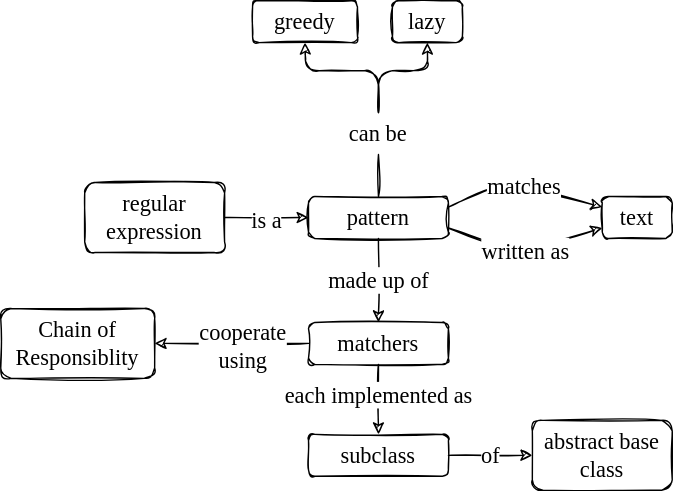
Earlier version of the draw.io export sdxpy/matching/matching_concept_map.svg (gvwilson/thirdbit). Source tidied: cells renumbered, new cells last; positions are measured from the earlier drawing's top-left corner, leaving out a move shared by most shapes.
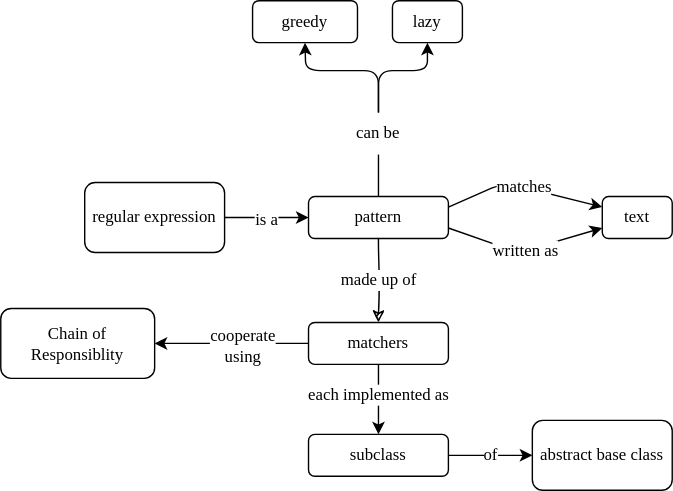
After the commit.

Diff of the diagram source:
```diff
@@ -2,34 +2,34 @@
   <root>
     <mxCell id="0" />
     <mxCell id="1" parent="0" />
-    <mxCell id="2" value="&lt;font style=&quot;font-size: 16px;&quot; face=&quot;Comic Sans MS&quot;&gt;regular expression&lt;/font&gt;" style="rounded=1;whiteSpace=wrap;html=1;fillColor=none;sketch=1;" parent="1" vertex="1">
+    <mxCell id="2" value="&lt;font style=&quot;font-size: 12px&quot;&gt;regular expression&lt;/font&gt;" style="rounded=1;whiteSpace=wrap;html=1;fillColor=none;sketch=0;fontFamily=Verdana;" parent="1" vertex="1">
       <mxGeometry x="60" y="130" width="100" height="50" as="geometry" />
     </mxCell>
-    <mxCell id="3" value="&lt;font style=&quot;font-size: 16px;&quot; face=&quot;Comic Sans MS&quot;&gt;pattern&lt;/font&gt;" style="rounded=1;whiteSpace=wrap;html=1;fillColor=none;sketch=1;" parent="1" vertex="1">
+    <mxCell id="3" value="&lt;font style=&quot;font-size: 12px&quot;&gt;pattern&lt;/font&gt;" style="rounded=1;whiteSpace=wrap;html=1;fillColor=none;sketch=0;fontFamily=Verdana;" parent="1" vertex="1">
       <mxGeometry x="220" y="140" width="100" height="30" as="geometry" />
     </mxCell>
-    <mxCell id="4" value="&lt;font style=&quot;font-size: 16px;&quot; face=&quot;Comic Sans MS&quot;&gt;text&lt;/font&gt;" style="rounded=1;whiteSpace=wrap;html=1;fillColor=none;sketch=1;" parent="1" vertex="1">
+    <mxCell id="4" value="&lt;font style=&quot;font-size: 12px&quot;&gt;text&lt;/font&gt;" style="rounded=1;whiteSpace=wrap;html=1;fillColor=none;sketch=0;fontFamily=Verdana;" parent="1" vertex="1">
       <mxGeometry x="430" y="140" width="50" height="30" as="geometry" />
     </mxCell>
-    <mxCell id="5" value="&lt;font style=&quot;font-size: 16px;&quot; face=&quot;Comic Sans MS&quot;&gt;matchers&lt;/font&gt;" style="rounded=1;whiteSpace=wrap;html=1;fillColor=none;sketch=1;" parent="1" vertex="1">
+    <mxCell id="5" value="&lt;font style=&quot;font-size: 12px&quot;&gt;matchers&lt;/font&gt;" style="rounded=1;whiteSpace=wrap;html=1;fillColor=none;sketch=0;fontFamily=Verdana;" parent="1" vertex="1">
       <mxGeometry x="220" y="230" width="100" height="30" as="geometry" />
     </mxCell>
-    <mxCell id="6" value="&lt;font style=&quot;font-size: 16px;&quot; face=&quot;Comic Sans MS&quot;&gt;subclass&lt;/font&gt;" style="rounded=1;whiteSpace=wrap;html=1;fillColor=none;sketch=1;" parent="1" vertex="1">
+    <mxCell id="6" value="&lt;font style=&quot;font-size: 12px&quot;&gt;subclass&lt;/font&gt;" style="rounded=1;whiteSpace=wrap;html=1;fillColor=none;sketch=0;fontFamily=Verdana;" parent="1" vertex="1">
       <mxGeometry x="220" y="310" width="100" height="30" as="geometry" />
     </mxCell>
-    <mxCell id="7" value="&lt;font style=&quot;font-size: 16px;&quot; face=&quot;Comic Sans MS&quot;&gt;abstract base class&lt;/font&gt;" style="rounded=1;whiteSpace=wrap;html=1;fillColor=none;sketch=1;" parent="1" vertex="1">
+    <mxCell id="7" value="&lt;font style=&quot;font-size: 12px&quot;&gt;abstract base class&lt;/font&gt;" style="rounded=1;whiteSpace=wrap;html=1;fillColor=none;sketch=0;fontFamily=Verdana;" parent="1" vertex="1">
       <mxGeometry x="380" y="300" width="100" height="50" as="geometry" />
     </mxCell>
-    <mxCell id="8" value="&lt;font style=&quot;font-size: 16px;&quot; face=&quot;Comic Sans MS&quot;&gt;greedy&lt;/font&gt;" style="rounded=1;whiteSpace=wrap;html=1;fillColor=none;sketch=1;" parent="1" vertex="1">
+    <mxCell id="8" value="&lt;font style=&quot;font-size: 12px&quot;&gt;greedy&lt;/font&gt;" style="rounded=1;whiteSpace=wrap;html=1;fillColor=none;sketch=0;fontFamily=Verdana;" parent="1" vertex="1">
       <mxGeometry x="180" width="75" height="30" as="geometry" />
     </mxCell>
-    <mxCell id="9" value="&lt;font style=&quot;font-size: 16px;&quot; face=&quot;Comic Sans MS&quot;&gt;lazy&lt;/font&gt;" style="rounded=1;whiteSpace=wrap;html=1;fillColor=none;sketch=1;" parent="1" vertex="1">
+    <mxCell id="9" value="&lt;font style=&quot;font-size: 12px&quot;&gt;lazy&lt;/font&gt;" style="rounded=1;whiteSpace=wrap;html=1;fillColor=none;sketch=0;fontFamily=Verdana;" parent="1" vertex="1">
       <mxGeometry x="280" width="50" height="30" as="geometry" />
     </mxCell>
-    <mxCell id="10" value="&lt;font style=&quot;font-size: 16px;&quot; face=&quot;Comic Sans MS&quot;&gt;Chain of Responsiblity&lt;/font&gt;" style="rounded=1;whiteSpace=wrap;html=1;fillColor=none;sketch=1;" parent="1" vertex="1">
+    <mxCell id="10" value="&lt;font style=&quot;font-size: 12px&quot;&gt;Chain of Responsiblity&lt;/font&gt;" style="rounded=1;whiteSpace=wrap;html=1;fillColor=none;sketch=0;fontFamily=Verdana;" parent="1" vertex="1">
       <mxGeometry y="220" width="110" height="50" as="geometry" />
     </mxCell>
-    <mxCell id="11" style="endArrow=classic;html=1;rounded=1;fontFamily=Comic Sans MS;fontSize=16;sketch=1;entryX=0.5;entryY=1;entryDx=0;entryDy=0;exitX=0.5;exitY=0;exitDx=0;exitDy=0;" parent="1" edge="1" source="12" target="8">
+    <mxCell id="11" style="endArrow=classic;html=1;rounded=1;fontFamily=Verdana;fontSize=16;sketch=0;entryX=0.5;entryY=1;entryDx=0;entryDy=0;exitX=0.5;exitY=0;exitDx=0;exitDy=0;" parent="1" edge="1" source="12" target="8">
       <mxGeometry relative="1" as="geometry">
         <Array as="points">
           <mxPoint x="270" y="50" />
@@ -37,10 +37,10 @@
         </Array>
       </mxGeometry>
     </mxCell>
-    <mxCell id="12" value="can be" style="text;html=1;strokeColor=none;fillColor=none;align=center;verticalAlign=middle;whiteSpace=wrap;rounded=0;sketch=1;fontFamily=Comic Sans MS;fontSize=16;" parent="1" vertex="1">
+    <mxCell id="12" value="can be" style="text;html=1;strokeColor=none;fillColor=none;align=center;verticalAlign=middle;whiteSpace=wrap;rounded=0;sketch=1;fontFamily=Verdana;fontSize=12;" parent="1" vertex="1">
       <mxGeometry x="240" y="80" width="60" height="30" as="geometry" />
     </mxCell>
-    <mxCell id="13" style="endArrow=classic;html=1;rounded=1;fontFamily=Comic Sans MS;fontSize=16;sketch=1;entryX=0.5;entryY=1;entryDx=0;entryDy=0;exitX=0.5;exitY=0;exitDx=0;exitDy=0;" parent="1" edge="1" source="12" target="9">
+    <mxCell id="13" style="endArrow=classic;html=1;rounded=1;fontFamily=Verdana;fontSize=16;sketch=0;entryX=0.5;entryY=1;entryDx=0;entryDy=0;exitX=0.5;exitY=0;exitDx=0;exitDy=0;" parent="1" edge="1" source="12" target="9">
       <mxGeometry relative="1" as="geometry">
         <Array as="points">
           <mxPoint x="270" y="50" />
@@ -48,45 +48,45 @@
         </Array>
       </mxGeometry>
     </mxCell>
-    <mxCell id="14" style="endArrow=none;html=1;rounded=1;sketch=1;fontFamily=Comic Sans MS;fontSize=16;entryX=0.5;entryY=1;entryDx=0;entryDy=0;exitX=0.5;exitY=0;exitDx=0;exitDy=0;" parent="1" edge="1" source="3" target="12">
+    <mxCell id="14" style="endArrow=none;html=1;rounded=1;sketch=0;fontFamily=Verdana;fontSize=16;entryX=0.5;entryY=1;entryDx=0;entryDy=0;exitX=0.5;exitY=0;exitDx=0;exitDy=0;" parent="1" edge="1" source="3" target="12">
       <mxGeometry relative="1" as="geometry" />
     </mxCell>
-    <mxCell id="15" style="endArrow=classic;html=1;rounded=1;sketch=1;fontFamily=Comic Sans MS;fontSize=16;entryX=0;entryY=0.5;entryDx=0;entryDy=0;exitX=1;exitY=0.5;exitDx=0;exitDy=0;" parent="1" edge="1" source="2" target="3">
+    <mxCell id="15" style="endArrow=classic;html=1;rounded=1;sketch=0;fontFamily=Verdana;fontSize=16;entryX=0;entryY=0.5;entryDx=0;entryDy=0;exitX=1;exitY=0.5;exitDx=0;exitDy=0;" parent="1" edge="1" source="2" target="3">
       <mxGeometry relative="1" as="geometry" />
     </mxCell>
-    <mxCell id="16" value="is a" style="edgeLabel;html=1;align=center;verticalAlign=middle;fontSize=16;fontFamily=Comic Sans MS;" parent="15" vertex="1">
+    <mxCell id="16" value="is a" style="edgeLabel;html=1;align=center;verticalAlign=middle;fontSize=12;fontFamily=Verdana;" parent="15" vertex="1">
       <mxGeometry x="-0.03" y="-1" relative="1" as="geometry" />
     </mxCell>
-    <mxCell id="17" value="matches" style="endArrow=classic;html=1;rounded=1;sketch=1;fontFamily=Comic Sans MS;fontSize=16;entryX=0;entryY=0.25;entryDx=0;entryDy=0;exitX=1;exitY=0.25;exitDx=0;exitDy=0;" parent="1" edge="1" source="3" target="4">
+    <mxCell id="17" value="matches" style="endArrow=classic;html=1;rounded=1;sketch=0;fontFamily=Verdana;fontSize=12;entryX=0;entryY=0.25;entryDx=0;entryDy=0;exitX=1;exitY=0.25;exitDx=0;exitDy=0;" parent="1" edge="1" source="3" target="4">
       <mxGeometry relative="1" as="geometry">
         <Array as="points">
           <mxPoint x="360" y="130" />
         </Array>
       </mxGeometry>
     </mxCell>
-    <mxCell id="18" value="written as" style="endArrow=classic;html=1;rounded=1;sketch=1;fontFamily=Comic Sans MS;fontSize=16;entryX=0;entryY=0.75;entryDx=0;entryDy=0;exitX=1;exitY=0.75;exitDx=0;exitDy=0;" parent="1" edge="1" source="3" target="4">
+    <mxCell id="18" value="written as" style="endArrow=classic;html=1;rounded=1;sketch=0;fontFamily=Verdana;fontSize=12;entryX=0;entryY=0.75;entryDx=0;entryDy=0;exitX=1;exitY=0.75;exitDx=0;exitDy=0;" parent="1" edge="1" source="3" target="4">
       <mxGeometry relative="1" as="geometry">
         <Array as="points">
           <mxPoint x="370" y="180" />
         </Array>
       </mxGeometry>
     </mxCell>
-    <mxCell id="19" value="made up of" style="endArrow=classic;html=1;rounded=1;sketch=1;fontFamily=Comic Sans MS;fontSize=16;entryX=0.5;entryY=0;entryDx=0;entryDy=0;exitX=0.5;exitY=1;exitDx=0;exitDy=0;" parent="1" edge="1" source="3" target="5">
+    <mxCell id="19" value="made up of" style="endArrow=classic;html=1;rounded=1;sketch=1;fontFamily=Verdana;fontSize=12;entryX=0.5;entryY=0;entryDx=0;entryDy=0;exitX=0.5;exitY=1;exitDx=0;exitDy=0;" parent="1" edge="1" source="3" target="5">
       <mxGeometry relative="1" as="geometry" />
     </mxCell>
-    <mxCell id="20" style="endArrow=classic;html=1;rounded=1;sketch=1;fontFamily=Comic Sans MS;fontSize=16;entryX=0.5;entryY=0;entryDx=0;entryDy=0;exitX=0.5;exitY=1;exitDx=0;exitDy=0;" parent="1" edge="1" source="5" target="6">
+    <mxCell id="20" style="endArrow=classic;html=1;rounded=1;sketch=0;fontFamily=Verdana;fontSize=16;entryX=0.5;entryY=0;entryDx=0;entryDy=0;exitX=0.5;exitY=1;exitDx=0;exitDy=0;" parent="1" edge="1" source="5" target="6">
       <mxGeometry relative="1" as="geometry" />
     </mxCell>
-    <mxCell id="21" value="each implemented as" style="edgeLabel;html=1;align=center;verticalAlign=middle;fontSize=16;fontFamily=Comic Sans MS;" parent="20" vertex="1">
+    <mxCell id="21" value="each implemented as" style="edgeLabel;html=1;align=center;verticalAlign=middle;fontSize=12;fontFamily=Verdana;" parent="20" vertex="1">
       <mxGeometry x="-0.16" y="-1" relative="1" as="geometry" />
     </mxCell>
-    <mxCell id="22" value="of" style="endArrow=classic;html=1;rounded=1;sketch=1;fontFamily=Comic Sans MS;fontSize=16;entryX=0;entryY=0.5;entryDx=0;entryDy=0;exitX=1;exitY=0.5;exitDx=0;exitDy=0;" parent="1" edge="1" source="6" target="7">
+    <mxCell id="22" value="of" style="endArrow=classic;html=1;rounded=1;sketch=0;fontFamily=Verdana;fontSize=12;entryX=0;entryY=0.5;entryDx=0;entryDy=0;exitX=1;exitY=0.5;exitDx=0;exitDy=0;" parent="1" edge="1" source="6" target="7">
       <mxGeometry relative="1" as="geometry" />
     </mxCell>
-    <mxCell id="23" style="endArrow=classic;html=1;rounded=1;sketch=1;fontFamily=Comic Sans MS;fontSize=16;exitX=0;exitY=0.5;exitDx=0;exitDy=0;entryX=1;entryY=0.5;entryDx=0;entryDy=0;" parent="1" edge="1" source="5" target="10">
+    <mxCell id="23" style="endArrow=classic;html=1;rounded=1;sketch=0;fontFamily=Verdana;fontSize=16;exitX=0;exitY=0.5;exitDx=0;exitDy=0;entryX=1;entryY=0.5;entryDx=0;entryDy=0;" parent="1" edge="1" source="5" target="10">
       <mxGeometry relative="1" as="geometry" />
     </mxCell>
-    <mxCell id="24" value="cooperate&lt;br&gt;using" style="edgeLabel;html=1;align=center;verticalAlign=middle;fontSize=16;fontFamily=Comic Sans MS;" parent="23" vertex="1">
+    <mxCell id="24" value="cooperate&lt;br style=&quot;font-size: 12px;&quot;&gt;using" style="edgeLabel;html=1;align=center;verticalAlign=middle;fontSize=12;fontFamily=Verdana;" parent="23" vertex="1">
       <mxGeometry x="-0.13" y="1" relative="1" as="geometry" />
     </mxCell>
   </root>
```
